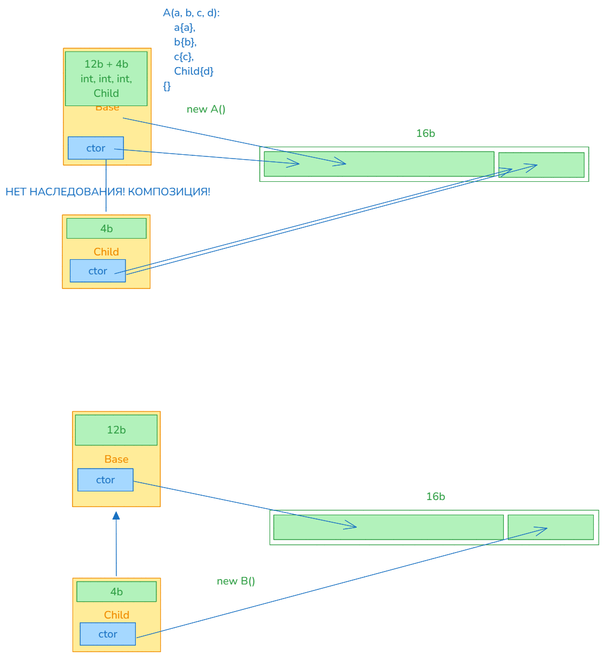
This is img/06_oop.excalidraw.png from silvercodes/p41_dotnet_cs, a Excalidraw export, as it was before one commit. Source tidied: one line per element, renumbered; positions are measured from the earlier drawing's top-left corner, leaving out a move shared by most shapes.
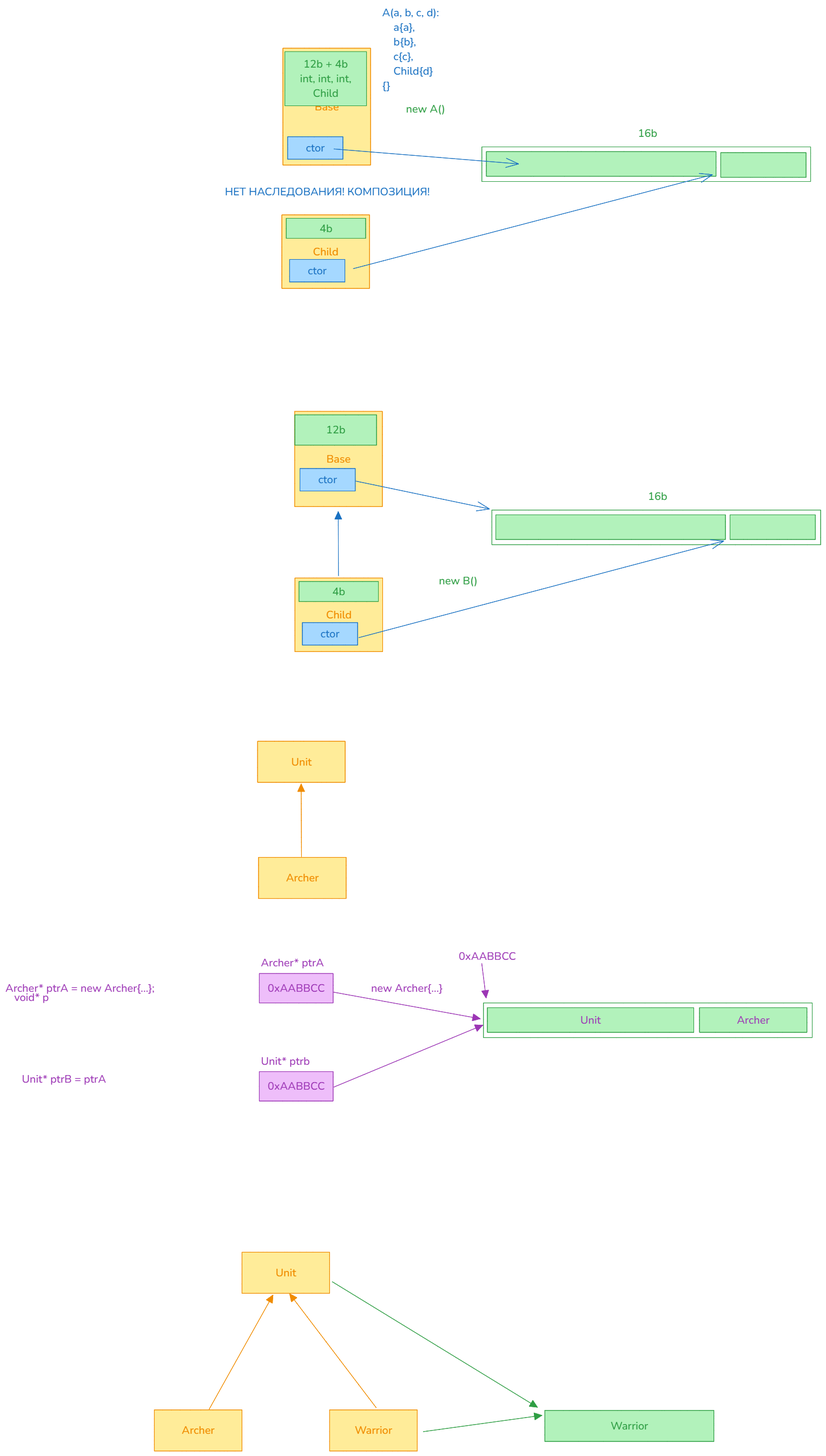
Later version of the same file.

Commit message:
add: type casting

Change to the diagram source:
```diff
@@ -5,4 +5,4 @@
 {"id": 4, "type": "arrow", "strokeColor": "#1971c2", "backgroundColor": "#a5d8ff", "fillStyle": "solid", "strokeWidth": 1, "roughness": 0, "endArrowhead": "triangle", "round": true, "from": 2, "to": 0, "x": 205, "y": 1054, "width": 0, "height": 118, "points": [[0, 0], [0, -118]]}
-{"id": 5, "type": "rectangle", "strokeColor": "#2f9e44", "backgroundColor": "#b2f2bb", "fillStyle": "solid", "strokeWidth": 1, "roughness": 0, "x": 129, "y": 757, "width": 151, "height": 56}
+{"id": 5, "type": "rectangle", "strokeColor": "#2f9e44", "backgroundColor": "#b2f2bb", "fillStyle": "solid", "strokeWidth": 1, "roughness": 0, "x": 124, "y": 757, "width": 151, "height": 56}
-{"id": 6, "type": "text", "text": "12b", "strokeColor": "#2f9e44", "backgroundColor": "#b2f2bb", "fillStyle": "solid", "strokeWidth": 1, "roughness": 0, "fontSize": 20, "fontFamily": 6, "textAlign": "center", "verticalAlign": "middle", "inside": 5, "x": 187, "y": 771, "width": 36, "height": 27}
+{"id": 6, "type": "text", "text": "12b", "strokeColor": "#2f9e44", "backgroundColor": "#b2f2bb", "fillStyle": "solid", "strokeWidth": 1, "roughness": 0, "fontSize": 20, "fontFamily": 6, "textAlign": "center", "verticalAlign": "middle", "inside": 5, "x": 182, "y": 771, "width": 36, "height": 27}
 {"id": 7, "type": "rectangle", "strokeColor": "#2f9e44", "backgroundColor": "#b2f2bb", "fillStyle": "solid", "strokeWidth": 1, "roughness": 0, "x": 132, "y": 1065, "width": 147, "height": 37}
@@ -10,5 +10,5 @@
 {"id": 9, "type": "text", "text": "new B()", "strokeColor": "#2f9e44", "backgroundColor": "#b2f2bb", "fillStyle": "solid", "strokeWidth": 1, "roughness": 0, "fontSize": 20, "fontFamily": 6, "x": 391, "y": 1050, "width": 71, "height": 27}
-{"id": 10, "type": "rectangle", "strokeColor": "#2f9e44", "strokeWidth": 1, "roughness": 0, "x": 489, "y": 933, "width": 608, "height": 64}
+{"id": 41, "type": "rectangle", "strokeColor": "#2f9e44", "strokeWidth": 1, "roughness": 0, "x": 489, "y": 933, "width": 608, "height": 64}
 {"id": 11, "type": "text", "text": "16b", "strokeColor": "#2f9e44", "strokeWidth": 1, "roughness": 0, "fontSize": 20, "fontFamily": 6, "x": 777, "y": 894, "width": 36, "height": 27}
-{"id": 12, "type": "rectangle", "strokeColor": "#2f9e44", "backgroundColor": "#b2f2bb", "fillStyle": "solid", "strokeWidth": 1, "roughness": 0, "x": 496, "y": 941, "width": 425, "height": 46}
+{"id": 42, "type": "rectangle", "strokeColor": "#2f9e44", "backgroundColor": "#b2f2bb", "fillStyle": "solid", "strokeWidth": 1, "roughness": 0, "x": 496, "y": 941, "width": 425, "height": 46}
 {"id": 13, "type": "rectangle", "strokeColor": "#1971c2", "backgroundColor": "#a5d8ff", "fillStyle": "solid", "strokeWidth": 1, "roughness": 0, "x": 134, "y": 856, "width": 102, "height": 42}
@@ -17,14 +17,14 @@
 {"id": 16, "type": "text", "text": "ctor", "strokeColor": "#1971c2", "backgroundColor": "#a5d8ff", "fillStyle": "solid", "strokeWidth": 1, "roughness": 0, "fontSize": 20, "fontFamily": 6, "textAlign": "center", "verticalAlign": "middle", "inside": 15, "x": 172, "y": 1148, "width": 35, "height": 27}
-{"id": 17, "type": "arrow", "strokeColor": "#1971c2", "backgroundColor": "#a5d8ff", "fillStyle": "solid", "strokeWidth": 1, "roughness": 0, "endArrowhead": "arrow", "round": true, "from": 13, "to": 12, "x": 237, "y": 879, "width": 412, "height": 85, "points": [[0, 0], [412, 85]]}
+{"id": 17, "type": "arrow", "strokeColor": "#1971c2", "backgroundColor": "#a5d8ff", "fillStyle": "solid", "strokeWidth": 1, "roughness": 0, "endArrowhead": "arrow", "round": true, "from": 13, "to": 42, "x": 237, "y": 879, "width": 247, "height": 51, "points": [[0, 0], [247, 51]]}
-{"id": 18, "type": "rectangle", "strokeColor": "#2f9e44", "backgroundColor": "#b2f2bb", "fillStyle": "solid", "strokeWidth": 1, "roughness": 0, "x": 929, "y": 941, "width": 158, "height": 46}
+{"id": 43, "type": "rectangle", "strokeColor": "#2f9e44", "backgroundColor": "#b2f2bb", "fillStyle": "solid", "strokeWidth": 1, "roughness": 0, "x": 929, "y": 941, "width": 158, "height": 46}
-{"id": 19, "type": "arrow", "strokeColor": "#1971c2", "backgroundColor": "#a5d8ff", "fillStyle": "solid", "strokeWidth": 1, "roughness": 0, "endArrowhead": "arrow", "round": true, "from": 15, "to": 18, "x": 242, "y": 1169, "width": 759, "height": 203, "points": [[0, 0], [759, -203]]}
+{"id": 19, "type": "arrow", "strokeColor": "#1971c2", "backgroundColor": "#a5d8ff", "fillStyle": "solid", "strokeWidth": 1, "roughness": 0, "endArrowhead": "arrow", "round": true, "from": 15, "to": 43, "x": 242, "y": 1169, "width": 675, "height": 179, "points": [[0, 0], [675, -179]]}
-{"id": 20, "type": "rectangle", "strokeColor": "#f08c00", "backgroundColor": "#ffec99", "fillStyle": "solid", "strokeWidth": 1, "roughness": 0, "x": 107, "y": 79, "width": 162, "height": 216}
+{"id": 20, "type": "rectangle", "strokeColor": "#f08c00", "backgroundColor": "#ffec99", "fillStyle": "solid", "strokeWidth": 1, "roughness": 0, "x": 102, "y": 79, "width": 162, "height": 216}
-{"id": 21, "type": "text", "text": "Base", "strokeColor": "#f08c00", "backgroundColor": "#a5d8ff", "fillStyle": "solid", "strokeWidth": 1, "roughness": 0, "fontSize": 20, "fontFamily": 6, "textAlign": "center", "verticalAlign": "middle", "inside": 20, "x": 166, "y": 174, "width": 45, "height": 27}
+{"id": 21, "type": "text", "text": "Base", "strokeColor": "#f08c00", "backgroundColor": "#a5d8ff", "fillStyle": "solid", "strokeWidth": 1, "roughness": 0, "fontSize": 20, "fontFamily": 6, "textAlign": "center", "verticalAlign": "middle", "inside": 20, "x": 161, "y": 174, "width": 45, "height": 27}
-{"id": 22, "type": "rectangle", "strokeColor": "#f08c00", "backgroundColor": "#ffec99", "fillStyle": "solid", "strokeWidth": 1, "roughness": 0, "x": 105, "y": 387, "width": 162, "height": 136}
+{"id": 22, "type": "rectangle", "strokeColor": "#f08c00", "backgroundColor": "#ffec99", "fillStyle": "solid", "strokeWidth": 1, "roughness": 0, "x": 100, "y": 387, "width": 162, "height": 136}
-{"id": 23, "type": "text", "text": "Child", "strokeColor": "#f08c00", "backgroundColor": "#a5d8ff", "fillStyle": "solid", "strokeWidth": 1, "roughness": 0, "fontSize": 20, "fontFamily": 6, "textAlign": "center", "verticalAlign": "middle", "inside": 22, "x": 163, "y": 442, "width": 47, "height": 27}
+{"id": 23, "type": "text", "text": "Child", "strokeColor": "#f08c00", "backgroundColor": "#a5d8ff", "fillStyle": "solid", "strokeWidth": 1, "roughness": 0, "fontSize": 20, "fontFamily": 6, "textAlign": "center", "verticalAlign": "middle", "inside": 22, "x": 158, "y": 442, "width": 47, "height": 27}
-{"id": 24, "type": "rectangle", "strokeColor": "#2f9e44", "backgroundColor": "#b2f2bb", "fillStyle": "solid", "strokeWidth": 1, "roughness": 0, "x": 111, "y": 85, "width": 151, "height": 100}
+{"id": 24, "type": "rectangle", "strokeColor": "#2f9e44", "backgroundColor": "#b2f2bb", "fillStyle": "solid", "strokeWidth": 1, "roughness": 0, "x": 106, "y": 85, "width": 151, "height": 100}
-{"id": 25, "type": "text", "text": "12b + 4b\nint, int, int,\nChild", "strokeColor": "#2f9e44", "backgroundColor": "#b2f2bb", "fillStyle": "solid", "strokeWidth": 1, "roughness": 0, "fontSize": 20, "fontFamily": 6, "textAlign": "center", "verticalAlign": "middle", "inside": 24, "x": 139, "y": 95, "width": 95, "height": 81}
+{"id": 25, "type": "text", "text": "12b + 4b\nint, int, int,\nChild", "strokeColor": "#2f9e44", "backgroundColor": "#b2f2bb", "fillStyle": "solid", "strokeWidth": 1, "roughness": 0, "fontSize": 20, "fontFamily": 6, "textAlign": "center", "verticalAlign": "middle", "inside": 24, "x": 134, "y": 95, "width": 95, "height": 81}
-{"id": 26, "type": "rectangle", "strokeColor": "#2f9e44", "backgroundColor": "#b2f2bb", "fillStyle": "solid", "strokeWidth": 1, "roughness": 0, "x": 113, "y": 393, "width": 147, "height": 37}
+{"id": 26, "type": "rectangle", "strokeColor": "#2f9e44", "backgroundColor": "#b2f2bb", "fillStyle": "solid", "strokeWidth": 1, "roughness": 0, "x": 108, "y": 393, "width": 147, "height": 37}
-{"id": 27, "type": "text", "text": "4b", "strokeColor": "#2f9e44", "backgroundColor": "#b2f2bb", "fillStyle": "solid", "strokeWidth": 1, "roughness": 0, "fontSize": 20, "fontFamily": 6, "textAlign": "center", "verticalAlign": "middle", "inside": 26, "x": 175, "y": 398, "width": 24, "height": 27}
+{"id": 27, "type": "text", "text": "4b", "strokeColor": "#2f9e44", "backgroundColor": "#b2f2bb", "fillStyle": "solid", "strokeWidth": 1, "roughness": 0, "fontSize": 20, "fontFamily": 6, "textAlign": "center", "verticalAlign": "middle", "inside": 26, "x": 170, "y": 398, "width": 24, "height": 27}
-{"id": 28, "type": "text", "text": "new A()", "strokeColor": "#2f9e44", "backgroundColor": "#b2f2bb", "fillStyle": "solid", "strokeWidth": 1, "roughness": 0, "fontSize": 20, "fontFamily": 6, "x": 335, "y": 177, "width": 73, "height": 27}
+{"id": 28, "type": "text", "text": "new A()", "strokeColor": "#2f9e44", "backgroundColor": "#b2f2bb", "fillStyle": "solid", "strokeWidth": 1, "roughness": 0, "fontSize": 20, "fontFamily": 6, "x": 330, "y": 177, "width": 73, "height": 27}
 {"id": 29, "type": "rectangle", "strokeColor": "#2f9e44", "strokeWidth": 1, "roughness": 0, "x": 470, "y": 261, "width": 608, "height": 64}
@@ -32,10 +32,43 @@
 {"id": 31, "type": "rectangle", "strokeColor": "#2f9e44", "backgroundColor": "#b2f2bb", "fillStyle": "solid", "strokeWidth": 1, "roughness": 0, "x": 478, "y": 270, "width": 425, "height": 46}
-{"id": 32, "type": "rectangle", "strokeColor": "#1971c2", "backgroundColor": "#a5d8ff", "fillStyle": "solid", "strokeWidth": 1, "roughness": 0, "x": 116, "y": 243, "width": 102, "height": 42}
+{"id": 32, "type": "rectangle", "strokeColor": "#1971c2", "backgroundColor": "#a5d8ff", "fillStyle": "solid", "strokeWidth": 1, "roughness": 0, "x": 111, "y": 243, "width": 102, "height": 42}
-{"id": 33, "type": "text", "text": "ctor", "strokeColor": "#1971c2", "backgroundColor": "#a5d8ff", "fillStyle": "solid", "strokeWidth": 1, "roughness": 0, "fontSize": 20, "fontFamily": 6, "textAlign": "center", "verticalAlign": "middle", "inside": 32, "x": 150, "y": 250, "width": 35, "height": 27}
+{"id": 33, "type": "text", "text": "ctor", "strokeColor": "#1971c2", "backgroundColor": "#a5d8ff", "fillStyle": "solid", "strokeWidth": 1, "roughness": 0, "fontSize": 20, "fontFamily": 6, "textAlign": "center", "verticalAlign": "middle", "inside": 32, "x": 145, "y": 250, "width": 35, "height": 27}
-{"id": 34, "type": "rectangle", "strokeColor": "#1971c2", "backgroundColor": "#a5d8ff", "fillStyle": "solid", "strokeWidth": 1, "roughness": 0, "x": 120, "y": 469, "width": 102, "height": 42}
+{"id": 34, "type": "rectangle", "strokeColor": "#1971c2", "backgroundColor": "#a5d8ff", "fillStyle": "solid", "strokeWidth": 1, "roughness": 0, "x": 115, "y": 469, "width": 102, "height": 42}
-{"id": 35, "type": "text", "text": "ctor", "strokeColor": "#1971c2", "backgroundColor": "#a5d8ff", "fillStyle": "solid", "strokeWidth": 1, "roughness": 0, "fontSize": 20, "fontFamily": 6, "textAlign": "center", "verticalAlign": "middle", "inside": 34, "x": 153, "y": 477, "width": 35, "height": 27}
+{"id": 35, "type": "text", "text": "ctor", "strokeColor": "#1971c2", "backgroundColor": "#a5d8ff", "fillStyle": "solid", "strokeWidth": 1, "roughness": 0, "fontSize": 20, "fontFamily": 6, "textAlign": "center", "verticalAlign": "middle", "inside": 34, "x": 148, "y": 477, "width": 35, "height": 27}
 {"id": 36, "type": "rectangle", "strokeColor": "#2f9e44", "backgroundColor": "#b2f2bb", "fillStyle": "solid", "strokeWidth": 1, "roughness": 0, "x": 912, "y": 272, "width": 158, "height": 46}
-{"id": 37, "type": "arrow", "strokeColor": "#1971c2", "backgroundColor": "#a5d8ff", "fillStyle": "solid", "strokeWidth": 1, "roughness": 0, "endArrowhead": "arrow", "round": true, "from": 32, "to": 31, "x": 201, "y": 265, "width": 342, "height": 28, "points": [[0, 0], [342, 28]]}
+{"id": 37, "type": "arrow", "strokeColor": "#1971c2", "backgroundColor": "#a5d8ff", "fillStyle": "solid", "strokeWidth": 1, "roughness": 0, "endArrowhead": "arrow", "round": true, "from": 32, "to": 31, "x": 196, "y": 265, "width": 342, "height": 28, "points": [[0, 0], [342, 28]]}
-{"id": 38, "type": "text", "text": "A(a, b, c, d):\n    a{a},\n    b{b},\n    c{c},\n    Child{d}\n{}", "strokeColor": "#1971c2", "backgroundColor": "#a5d8ff", "fillStyle": "solid", "strokeWidth": 1, "roughness": 0, "fontSize": 20, "fontFamily": 6, "x": 291, "y": 0, "width": 105, "height": 162}
+{"id": 38, "type": "text", "text": "A(a, b, c, d):\n    a{a},\n    b{b},\n    c{c},\n    Child{d}\n{}", "strokeColor": "#1971c2", "backgroundColor": "#a5d8ff", "fillStyle": "solid", "strokeWidth": 1, "roughness": 0, "fontSize": 20, "fontFamily": 6, "x": 286, "y": 0, "width": 105, "height": 162}
-{"id": 39, "type": "arrow", "strokeColor": "#1971c2", "backgroundColor": "#a5d8ff", "fillStyle": "solid", "strokeWidth": 1, "roughness": 0, "endArrowhead": "arrow", "round": true, "from": 34, "to": 36, "x": 202, "y": 496, "width": 734, "height": 193, "points": [[0, 0], [734, -193]]}
+{"id": 39, "type": "arrow", "strokeColor": "#1971c2", "backgroundColor": "#a5d8ff", "fillStyle": "solid", "strokeWidth": 1, "roughness": 0, "endArrowhead": "arrow", "round": true, "from": 34, "to": 36, "x": 232, "y": 487, "width": 664, "height": 174, "points": [[0, 0], [664, -174]]}
-{"id": 40, "type": "text", "text": "НЕТ НАСЛЕДОВАНИЯ! КОМПОЗИЦИЯ!", "strokeColor": "#1971c2", "backgroundColor": "#a5d8ff", "fillStyle": "solid", "strokeWidth": 1, "roughness": 0, "fontSize": 20, "fontFamily": 6, "x": 0, "y": 331, "width": 379, "height": 27}
+{"id": 40, "type": "text", "text": "НЕТ НАСЛЕДОВАНИЯ! КОМПОЗИЦИЯ!", "strokeColor": "#1971c2", "backgroundColor": "#a5d8ff", "fillStyle": "solid", "strokeWidth": 1, "roughness": 0, "fontSize": 20, "fontFamily": 6, "x": -5, "y": 331, "width": 379, "height": 27}
+{"id": 44, "type": "rectangle", "strokeColor": "#f08c00", "backgroundColor": "#ffec99", "fillStyle": "solid", "strokeWidth": 1, "roughness": 0, "x": 55, "y": 1360, "width": 162, "height": 76}
+{"id": 45, "type": "text", "text": "Unit", "strokeColor": "#f08c00", "backgroundColor": "#ffec99", "fillStyle": "solid", "strokeWidth": 1, "roughness": 0, "fontSize": 20, "fontFamily": 6, "textAlign": "center", "verticalAlign": "middle", "inside": 44, "x": 117, "y": 1384, "width": 38, "height": 27}
+{"id": 46, "type": "rectangle", "strokeColor": "#f08c00", "backgroundColor": "#ffec99", "fillStyle": "solid", "strokeWidth": 1, "roughness": 0, "x": 57, "y": 1575, "width": 162, "height": 76}
+{"id": 47, "type": "text", "text": "Archer", "strokeColor": "#f08c00", "backgroundColor": "#ffec99", "fillStyle": "solid", "strokeWidth": 1, "roughness": 0, "fontSize": 20, "fontFamily": 6, "textAlign": "center", "verticalAlign": "middle", "inside": 46, "x": 108, "y": 1599, "width": 61, "height": 27}
+{"id": 48, "type": "arrow", "strokeColor": "#f08c00", "backgroundColor": "#ffec99", "fillStyle": "solid", "strokeWidth": 1, "roughness": 0, "endArrowhead": "triangle", "round": true, "from": 46, "to": 44, "x": 137, "y": 1574, "width": 1, "height": 134, "points": [[0, 0], [-1, -134]]}
+{"id": 10, "type": "rectangle", "strokeColor": "#2f9e44", "strokeWidth": 1, "roughness": 0, "x": 473, "y": 1844, "width": 608, "height": 64}
+{"id": 12, "type": "rectangle", "strokeColor": "#2f9e44", "backgroundColor": "#b2f2bb", "fillStyle": "solid", "strokeWidth": 1, "roughness": 0, "x": 480, "y": 1852, "width": 382, "height": 46}
+{"id": 49, "type": "text", "text": "Unit", "strokeColor": "#9c36b5", "backgroundColor": "#eebefa", "fillStyle": "solid", "strokeWidth": 1, "roughness": 0, "fontSize": 20, "fontFamily": 6, "textAlign": "center", "verticalAlign": "middle", "inside": 12, "x": 652, "y": 1862, "width": 38, "height": 27}
+{"id": 18, "type": "rectangle", "strokeColor": "#2f9e44", "backgroundColor": "#b2f2bb", "fillStyle": "solid", "strokeWidth": 1, "roughness": 0, "x": 872, "y": 1852, "width": 199, "height": 46}
+{"id": 50, "type": "text", "text": "Archer", "strokeColor": "#9c36b5", "backgroundColor": "#eebefa", "fillStyle": "solid", "strokeWidth": 1, "roughness": 0, "fontSize": 20, "fontFamily": 6, "textAlign": "center", "verticalAlign": "middle", "inside": 18, "x": 941, "y": 1862, "width": 61, "height": 27}
+{"id": 51, "type": "rectangle", "strokeColor": "#9c36b5", "backgroundColor": "#eebefa", "fillStyle": "solid", "strokeWidth": 1, "roughness": 0, "x": 59, "y": 1789, "width": 136, "height": 54}
+{"id": 52, "type": "text", "text": "0xAABBCC", "strokeColor": "#9c36b5", "backgroundColor": "#eebefa", "fillStyle": "solid", "strokeWidth": 1, "roughness": 0, "fontSize": 20, "fontFamily": 6, "textAlign": "center", "verticalAlign": "middle", "inside": 51, "x": 74, "y": 1803, "width": 106, "height": 27}
+{"id": 53, "type": "arrow", "strokeColor": "#9c36b5", "backgroundColor": "#eebefa", "fillStyle": "solid", "strokeWidth": 1, "roughness": 0, "endArrowhead": "triangle", "round": true, "from": 51, "to": 12, "x": 196, "y": 1824, "width": 271, "height": 49, "points": [[0, 0], [271, 49]]}
+{"id": 54, "type": "text", "text": "Archer* ptrA", "strokeColor": "#9c36b5", "backgroundColor": "#eebefa", "fillStyle": "solid", "strokeWidth": 1, "roughness": 0, "fontSize": 20, "fontFamily": 6, "x": 62, "y": 1756, "width": 116, "height": 27}
+{"id": 55, "type": "text", "text": "new Archer{...}", "strokeColor": "#9c36b5", "backgroundColor": "#eebefa", "fillStyle": "solid", "strokeWidth": 1, "roughness": 0, "fontSize": 20, "fontFamily": 6, "x": 265, "y": 1803, "width": 133, "height": 27}
+{"id": 56, "type": "text", "text": "Archer* ptrA = new Archer{...};", "strokeColor": "#9c36b5", "backgroundColor": "#eebefa", "fillStyle": "solid", "strokeWidth": 1, "roughness": 0, "fontSize": 20, "fontFamily": 6, "x": -411, "y": 1802, "width": 276, "height": 27}
+{"id": 57, "type": "arrow", "strokeColor": "#9c36b5", "backgroundColor": "#eebefa", "fillStyle": "solid", "strokeWidth": 1, "roughness": 0, "endArrowhead": "triangle", "round": true, "to": 10, "x": 470, "y": 1771, "width": 8, "height": 64, "points": [[0, 0], [8, 64]]}
+{"id": 58, "type": "text", "text": "0xAABBCC", "strokeColor": "#9c36b5", "backgroundColor": "#eebefa", "fillStyle": "solid", "strokeWidth": 1, "roughness": 0, "fontSize": 20, "fontFamily": 6, "x": 427, "y": 1744, "width": 106, "height": 27}
+{"id": 59, "type": "rectangle", "strokeColor": "#9c36b5", "backgroundColor": "#eebefa", "fillStyle": "solid", "strokeWidth": 1, "roughness": 0, "x": 59, "y": 1971, "width": 136, "height": 54}
+{"id": 60, "type": "text", "text": "0xAABBCC", "strokeColor": "#9c36b5", "backgroundColor": "#eebefa", "fillStyle": "solid", "strokeWidth": 1, "roughness": 0, "fontSize": 20, "fontFamily": 6, "textAlign": "center", "verticalAlign": "middle", "inside": 59, "x": 74, "y": 1984, "width": 106, "height": 27}
+{"id": 61, "type": "text", "text": "Unit* ptrb", "strokeColor": "#9c36b5", "backgroundColor": "#eebefa", "fillStyle": "solid", "strokeWidth": 1, "roughness": 0, "fontSize": 20, "fontFamily": 6, "x": 62, "y": 1938, "width": 91, "height": 27}
+{"id": 62, "type": "text", "text": "Unit* ptrB = ptrA", "strokeColor": "#9c36b5", "backgroundColor": "#eebefa", "fillStyle": "solid", "strokeWidth": 1, "roughness": 0, "fontSize": 20, "fontFamily": 6, "x": -381, "y": 1971, "width": 156, "height": 27}
+{"id": 63, "type": "arrow", "strokeColor": "#9c36b5", "backgroundColor": "#eebefa", "fillStyle": "solid", "strokeWidth": 1, "roughness": 0, "endArrowhead": "triangle", "round": true, "from": 59, "to": 12, "x": 196, "y": 1999, "width": 275, "height": 114, "points": [[0, 0], [275, -114]]}
+{"id": 64, "type": "rectangle", "strokeColor": "#f08c00", "backgroundColor": "#ffec99", "fillStyle": "solid", "strokeWidth": 1, "roughness": 0, "x": 27, "y": 2304, "width": 162, "height": 76}
+{"id": 65, "type": "text", "text": "Unit", "strokeColor": "#f08c00", "backgroundColor": "#ffec99", "fillStyle": "solid", "strokeWidth": 1, "roughness": 0, "fontSize": 20, "fontFamily": 6, "textAlign": "center", "verticalAlign": "middle", "inside": 64, "x": 89, "y": 2329, "width": 38, "height": 27}
+{"id": 66, "type": "rectangle", "strokeColor": "#f08c00", "backgroundColor": "#ffec99", "fillStyle": "solid", "strokeWidth": 1, "roughness": 0, "x": -135, "y": 2596, "width": 162, "height": 76}
+{"id": 67, "type": "text", "text": "Archer", "strokeColor": "#f08c00", "backgroundColor": "#ffec99", "fillStyle": "solid", "strokeWidth": 1, "roughness": 0, "fontSize": 20, "fontFamily": 6, "textAlign": "center", "verticalAlign": "middle", "inside": 66, "x": -85, "y": 2620, "width": 61, "height": 27}
+{"id": 68, "type": "arrow", "strokeColor": "#f08c00", "backgroundColor": "#ffec99", "fillStyle": "solid", "strokeWidth": 1, "roughness": 0, "endArrowhead": "triangle", "round": true, "from": 66, "to": 64, "x": -34, "y": 2595, "width": 118, "height": 211, "points": [[0, 0], [118, -211]]}
+{"id": 69, "type": "rectangle", "strokeColor": "#f08c00", "backgroundColor": "#ffec99", "fillStyle": "solid", "strokeWidth": 1, "roughness": 0, "x": 189, "y": 2596, "width": 162, "height": 76}
+{"id": 70, "type": "text", "text": "Warrior", "strokeColor": "#f08c00", "backgroundColor": "#ffec99", "fillStyle": "solid", "strokeWidth": 1, "roughness": 0, "fontSize": 20, "fontFamily": 6, "textAlign": "center", "verticalAlign": "middle", "inside": 69, "x": 235, "y": 2620, "width": 69, "height": 27}
+{"id": 71, "type": "arrow", "strokeColor": "#f08c00", "backgroundColor": "#eebefa", "fillStyle": "solid", "strokeWidth": 1, "roughness": 0, "endArrowhead": "triangle", "round": true, "from": 69, "to": 64, "x": 275, "y": 2592, "width": 160, "height": 211, "points": [[0, 0], [-160, -211]]}
+{"id": 72, "type": "rectangle", "strokeColor": "#2f9e44", "backgroundColor": "#b2f2bb", "fillStyle": "solid", "strokeWidth": 1, "roughness": 0, "x": 586, "y": 2597, "width": 312, "height": 57}
+{"id": 73, "type": "text", "text": "Warrior", "strokeColor": "#2f9e44", "backgroundColor": "#b2f2bb", "fillStyle": "solid", "strokeWidth": 1, "roughness": 0, "fontSize": 20, "fontFamily": 6, "textAlign": "center", "verticalAlign": "middle", "inside": 72, "x": 708, "y": 2612, "width": 69, "height": 27}
```
